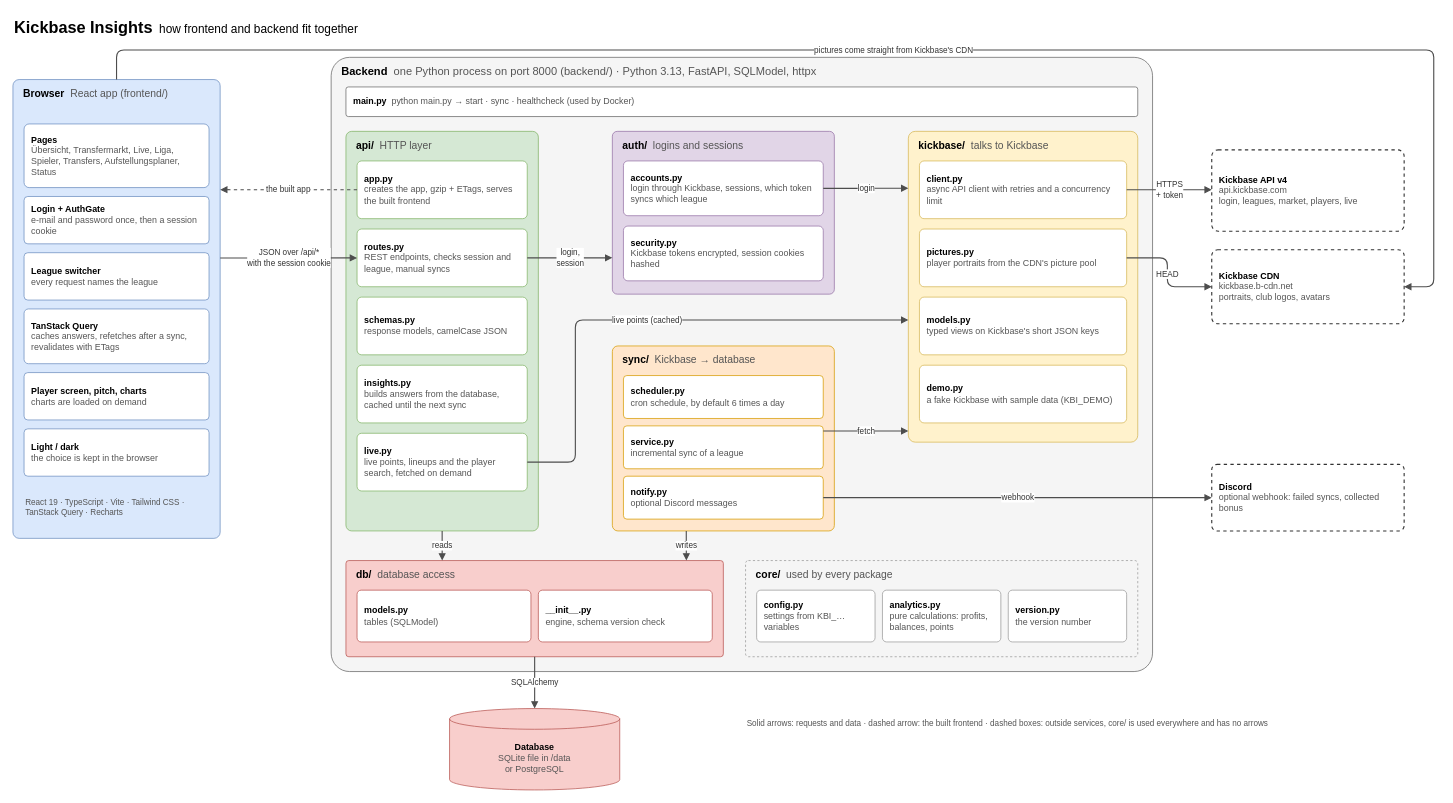
Above: page "Architecture" (1 of 2) of docs/architecture.drawio in casudo/Kickbase-Insights (draw.io), before the change. Source tidied: cells renumbered, new cells numbered last; positions are measured from the earlier drawing's top-left corner, leaving out a move shared by most shapes. Both pictures are drawn from the tidied source at 74%, with x=0, y=0 at pixel (13, 13).
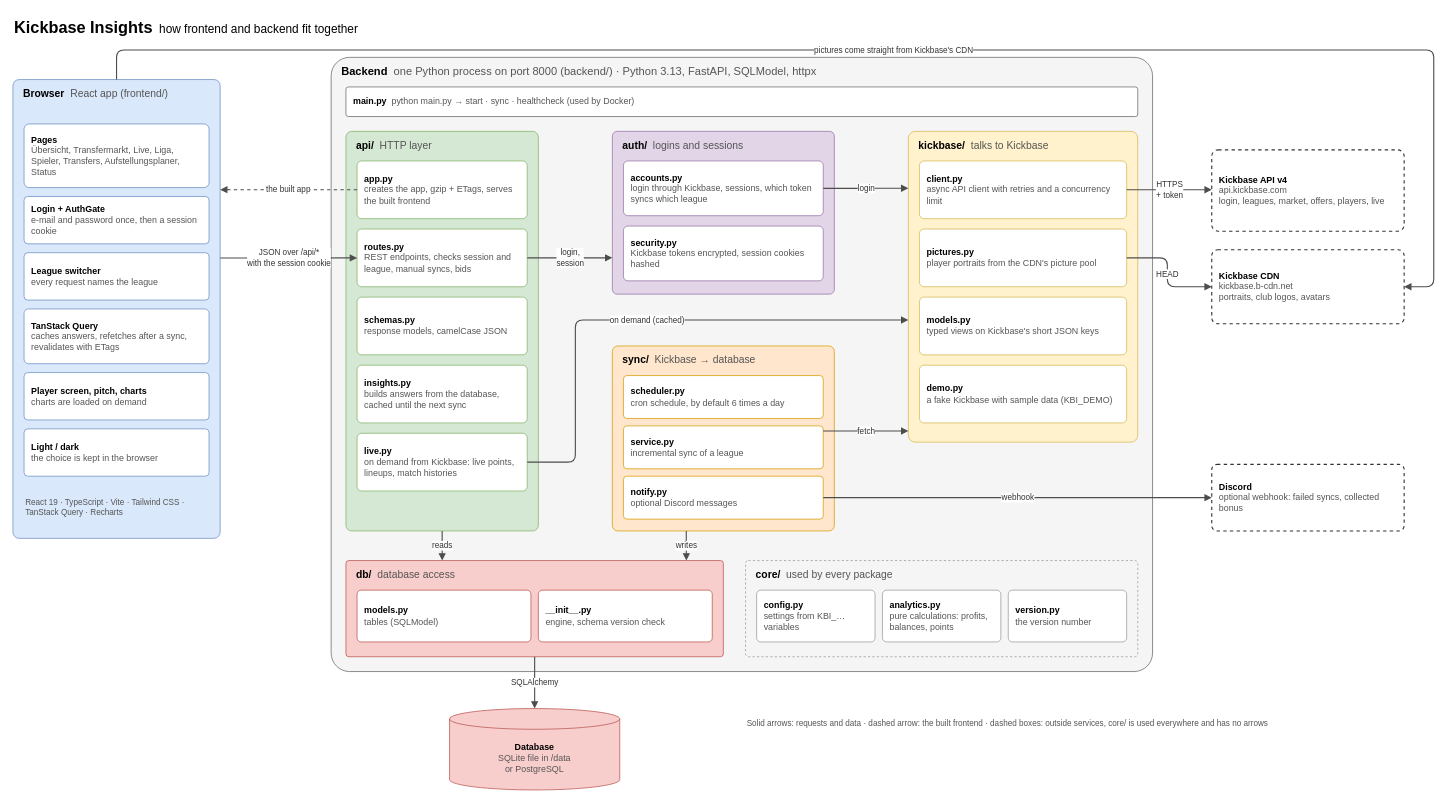
The same diagram, later.

Unchanged cells that the change refers to:
```xml
<mxCell id="13" value="&lt;b&gt;api/&lt;/b&gt;&amp;nbsp;&amp;nbsp;&lt;font color=&quot;#555555&quot;&gt;HTTP layer&lt;/font&gt;" style="rounded=1;whiteSpace=wrap;html=1;arcSize=3;verticalAlign=top;align=left;spacingLeft=12;spacingTop=4;fontSize=14;fillColor=#d5e8d4;strokeColor=#82b366;" parent="11" vertex="1">
  <mxGeometry x="20" y="100" width="260" height="540" as="geometry" />
</mxCell>
<mxCell id="26" value="&lt;b&gt;kickbase/&lt;/b&gt;&amp;nbsp;&amp;nbsp;&lt;font color=&quot;#555555&quot;&gt;talks to Kickbase&lt;/font&gt;" style="rounded=1;whiteSpace=wrap;html=1;arcSize=3;verticalAlign=top;align=left;spacingLeft=12;spacingTop=4;fontSize=14;fillColor=#fff2cc;strokeColor=#d6b656;" parent="11" vertex="1">
  <mxGeometry x="780" y="100" width="310" height="420" as="geometry" />
</mxCell>
```

Change to the diagram source:
```diff
@@
-    <mxCell id="15" value="&lt;b&gt;routes.py&lt;/b&gt;&lt;br&gt;&lt;font color=&quot;#555555&quot;&gt;REST endpoints, checks session and league, manual syncs&lt;/font&gt;" style="rounded=1;whiteSpace=wrap;html=1;arcSize=8;align=left;verticalAlign=middle;spacingLeft=8;spacingRight=6;fontSize=12;fillColor=#ffffff;strokeColor=#82b366;" parent="13" vertex="1">
+    <mxCell id="15" value="&lt;b&gt;routes.py&lt;/b&gt;&lt;br&gt;&lt;font color=&quot;#555555&quot;&gt;REST endpoints, checks session and league, manual syncs, bids&lt;/font&gt;" style="rounded=1;whiteSpace=wrap;html=1;arcSize=8;align=left;verticalAlign=middle;spacingLeft=8;spacingRight=6;fontSize=12;fillColor=#ffffff;strokeColor=#82b366;" parent="13" vertex="1">
       <mxGeometry x="15" y="132" width="230" height="78" as="geometry" />
     </mxCell>
@@
-    <mxCell id="18" value="&lt;b&gt;live.py&lt;/b&gt;&lt;br&gt;&lt;font color=&quot;#555555&quot;&gt;live points, lineups and the player search, fetched on demand&lt;/font&gt;" style="rounded=1;whiteSpace=wrap;html=1;arcSize=8;align=left;verticalAlign=middle;spacingLeft=8;spacingRight=6;fontSize=12;fillColor=#ffffff;strokeColor=#82b366;" parent="13" vertex="1">
+    <mxCell id="18" value="&lt;b&gt;live.py&lt;/b&gt;&lt;br&gt;&lt;font color=&quot;#555555&quot;&gt;on demand from Kickbase: live points, lineups, match histories&lt;/font&gt;" style="rounded=1;whiteSpace=wrap;html=1;arcSize=8;align=left;verticalAlign=middle;spacingLeft=8;spacingRight=6;fontSize=12;fillColor=#ffffff;strokeColor=#82b366;" parent="13" vertex="1">
       <mxGeometry x="15" y="408" width="230" height="78" as="geometry" />
     </mxCell>
@@
-    <mxCell id="39" value="&lt;b&gt;Kickbase API v4&lt;/b&gt;&lt;br&gt;&lt;font color=&quot;#555555&quot;&gt;api.kickbase.com&lt;br&gt;login, leagues, market, players, live&lt;/font&gt;" style="rounded=1;whiteSpace=wrap;html=1;arcSize=8;align=left;verticalAlign=middle;spacingLeft=8;spacingRight=6;fontSize=12;fillColor=#ffffff;strokeColor=#333333;strokeWidth=1.5;dashed=1;fontSize=12;" parent="1" vertex="1">
+    <mxCell id="39" value="&lt;b&gt;Kickbase API v4&lt;/b&gt;&lt;br&gt;&lt;font color=&quot;#555555&quot;&gt;api.kickbase.com&lt;br&gt;login, leagues, market, offers, players, live&lt;/font&gt;" style="rounded=1;whiteSpace=wrap;html=1;arcSize=8;align=left;verticalAlign=middle;spacingLeft=8;spacingRight=6;fontSize=12;fillColor=#ffffff;strokeColor=#333333;strokeWidth=1.5;dashed=1;fontSize=12;" parent="1" vertex="1">
       <mxGeometry x="1620" y="185" width="260" height="110" as="geometry" />
     </mxCell>
@@
-    <mxCell id="47" value="live points (cached)" style="edgeStyle=orthogonalEdgeStyle;rounded=1;jettySize=auto;html=1;endArrow=block;endFill=1;strokeColor=#4d4d4d;strokeWidth=1.5;fontSize=11;fontColor=#333333;labelBackgroundColor=#ffffff;exitX=1;exitY=0.5;exitDx=0;exitDy=0;entryX=0;entryY=0.607;entryDx=0;entryDy=0;" parent="1" edge="1" source="18" target="26">
+    <mxCell id="47" value="on demand (cached)" style="edgeStyle=orthogonalEdgeStyle;rounded=1;jettySize=auto;html=1;endArrow=block;endFill=1;strokeColor=#4d4d4d;strokeWidth=1.5;fontSize=11;fontColor=#333333;labelBackgroundColor=#ffffff;exitX=1;exitY=0.5;exitDx=0;exitDy=0;entryX=0;entryY=0.607;entryDx=0;entryDy=0;" parent="1" edge="1" source="18" target="26">
       <mxGeometry relative="1" as="geometry">
         <Array as="points">
           <mxPoint x="760" y="607" />
           <mxPoint x="760" y="415" />
         </Array>
       </mxGeometry>
     </mxCell>
```
